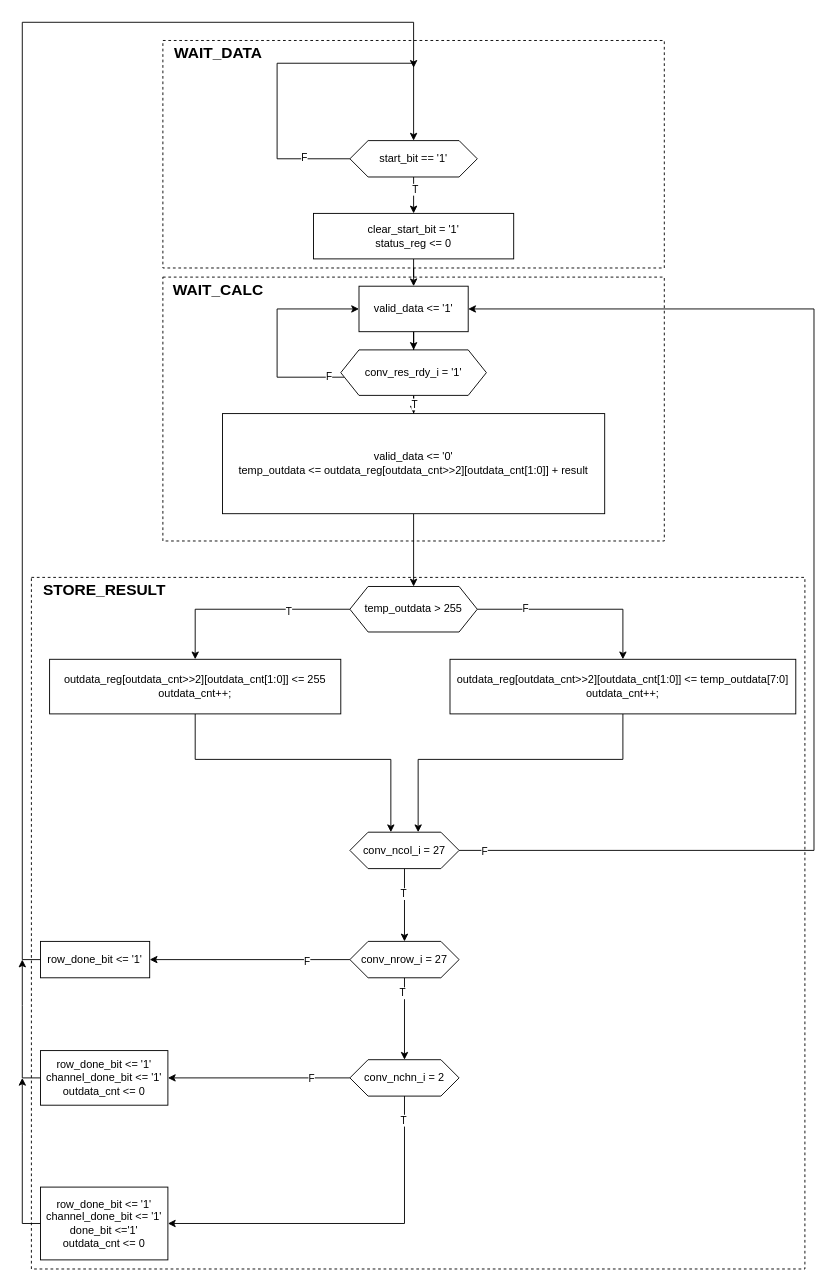
Before: page "Updated APB Conv" (9 of 9) of Diagrams.drawio in thevenus/etin35-pulpino, a draw.io diagram. Source tidied: cells renumbered, new cells numbered last; positions are measured from the earlier drawing's top-left corner, leaving out a move shared by most shapes. Both pictures are drawn from the tidied source at 91%, with x=0, y=0 at pixel (22, 22).
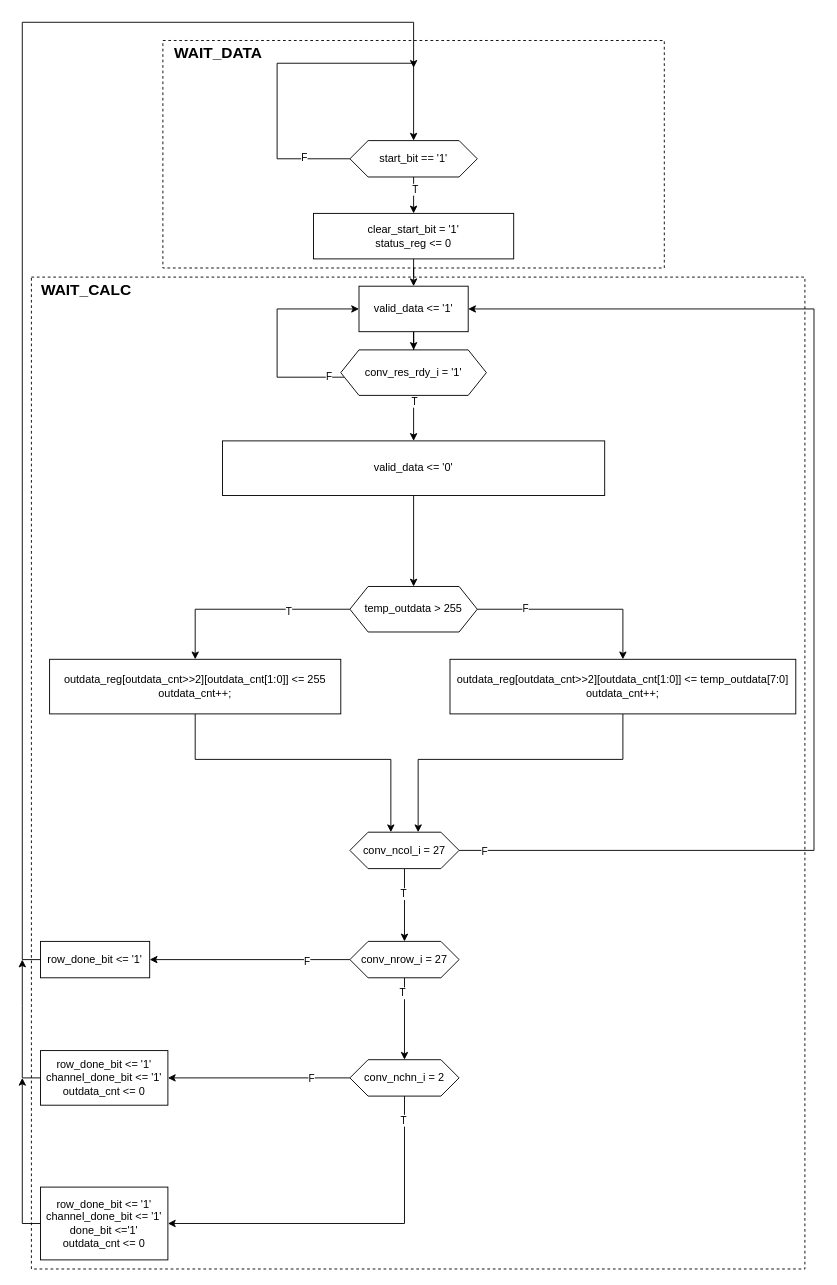
Above is the later version.

The edit, as a diff of the source:
```diff
@@
-    <mxCell id="2" style="rounded=0;whiteSpace=wrap;html=1;fillColor=none;dashed=1;" parent="1" vertex="1">
-      <mxGeometry x="154.5" y="280" width="551" height="290" as="geometry" />
-    </mxCell>
     <mxCell id="3" style="rounded=0;whiteSpace=wrap;html=1;fillColor=none;dashed=1;" parent="1" vertex="1">
-      <mxGeometry x="10" y="610" width="850" height="760" as="geometry" />
+      <mxGeometry x="10" y="280" width="850" height="1090" as="geometry" />
     </mxCell>
@@
-    <mxCell id="19" value="&lt;div&gt;valid_data &amp;lt;= '0'&lt;br&gt;&lt;/div&gt;&lt;div&gt;temp_outdata &amp;lt;= outdata_reg[outdata_cnt&amp;gt;&amp;gt;2][outdata_cnt[1:0]] + result&lt;/div&gt;" style="whiteSpace=wrap;html=1;" parent="1" vertex="1">
-      <mxGeometry x="220" y="430" width="420" height="110" as="geometry" />
+    <mxCell id="19" value="&lt;div&gt;valid_data &amp;lt;= '0'&lt;br&gt;&lt;/div&gt;" style="whiteSpace=wrap;html=1;" parent="1" vertex="1">
+      <mxGeometry x="220" y="460" width="420" height="60" as="geometry" />
     </mxCell>
@@
     <mxCell id="50" value="&lt;font style=&quot;font-size: 17px;&quot;&gt;&lt;b&gt;WAIT_CALC&lt;/b&gt;&lt;/font&gt;" style="text;html=1;align=center;verticalAlign=middle;strokeColor=none;fillColor=none;" parent="1" vertex="1">
-      <mxGeometry x="154.5" y="280" width="120" height="30" as="geometry" />
+      <mxGeometry x="10" y="280" width="120" height="30" as="geometry" />
     </mxCell>
-    <mxCell id="51" value="&lt;font style=&quot;font-size: 17px;&quot;&gt;&lt;b&gt;STORE_RESULT&lt;/b&gt;&lt;/font&gt;" style="text;html=1;align=center;verticalAlign=middle;strokeColor=none;fillColor=none;" parent="1" vertex="1">
-      <mxGeometry x="10" y="610" width="160" height="30" as="geometry" />
-    </mxCell>
```
